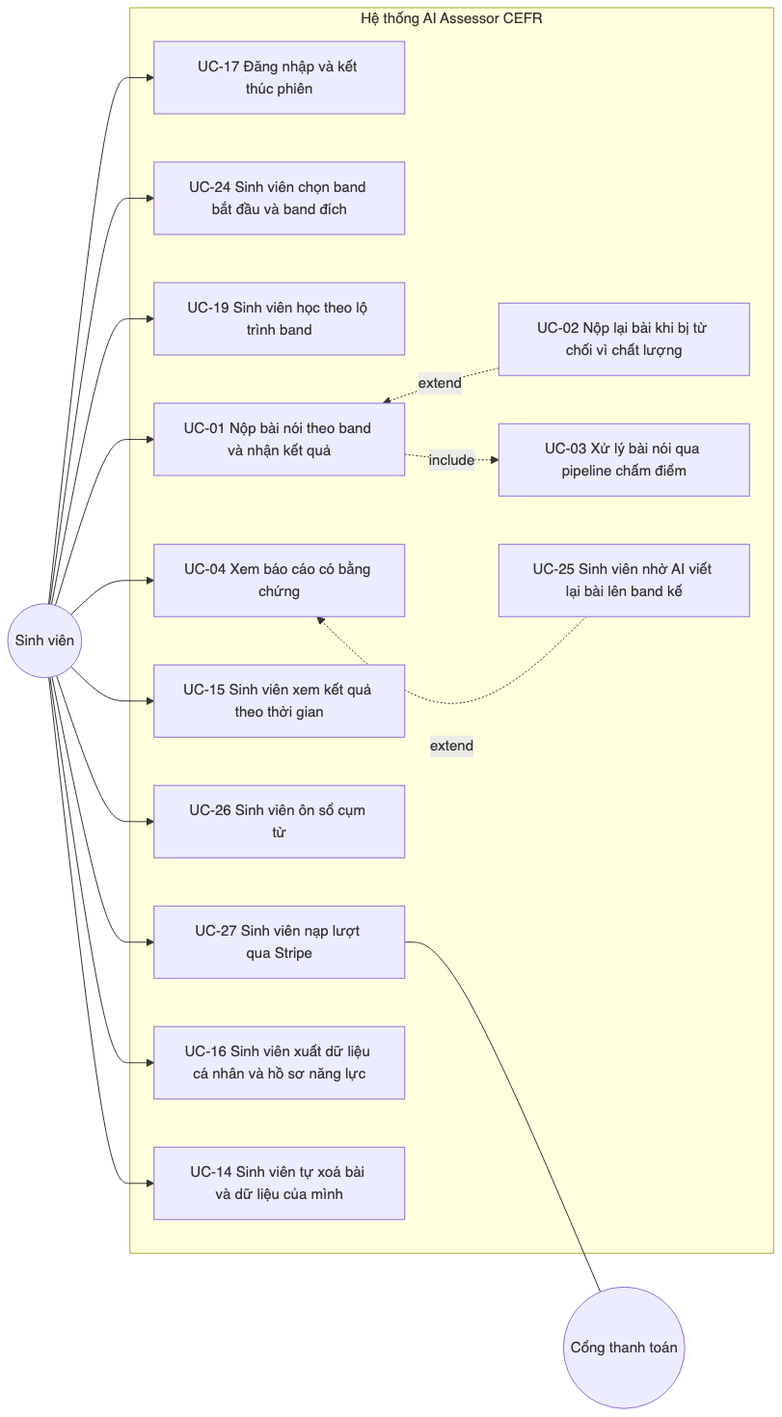
This is docs/sdd/images/01a_usecase_sinhvien.png from ThanhSangLouis/ai-assessor-cefr, a Mermaid export, as it was before one commit. Its source is kept beside it as docs/sdd/diagrams/01a_usecase_sinhvien.mmd. The source it was exported from:
```mermaid
flowchart LR
    SV(("Sinh viên"))
    CTT(("Cổng thanh toán"))

    subgraph SYS["Hệ thống AI Assessor CEFR"]
        direction TB
        UC17["UC-17 Đăng nhập và kết thúc phiên"]
        UC24["UC-24 Sinh viên chọn band bắt đầu và band đích"]
        UC19["UC-19 Sinh viên học theo lộ trình band"]
        UC01["UC-01 Nộp bài nói theo band và nhận kết quả"]
        UC02["UC-02 Nộp lại bài khi bị từ chối vì chất lượng"]
        UC03["UC-03 Xử lý bài nói qua pipeline chấm điểm"]
        UC04["UC-04 Xem báo cáo có bằng chứng"]
        UC25["UC-25 Sinh viên nhờ AI viết lại bài lên band kế"]
        UC15["UC-15 Sinh viên xem kết quả theo thời gian"]
        UC26["UC-26 Sinh viên ôn sổ cụm từ"]
        UC27["UC-27 Sinh viên nạp lượt qua Stripe"]
        UC16["UC-16 Sinh viên xuất dữ liệu cá nhân và hồ sơ năng lực"]
        UC14["UC-14 Sinh viên tự xoá bài và dữ liệu của mình"]
    end

    SV --> UC17
    SV --> UC24
    SV --> UC19
    SV --> UC01
    SV --> UC04
    SV --> UC15
    SV --> UC26
    SV --> UC27
    SV --> UC16
    SV --> UC14
    UC27 --- CTT

    UC01 ~~~ UC02
    UC04 ~~~ UC25

    UC01 -. include .-> UC03
    UC02 -. extend .-> UC01
    UC25 -. extend .-> UC04
```
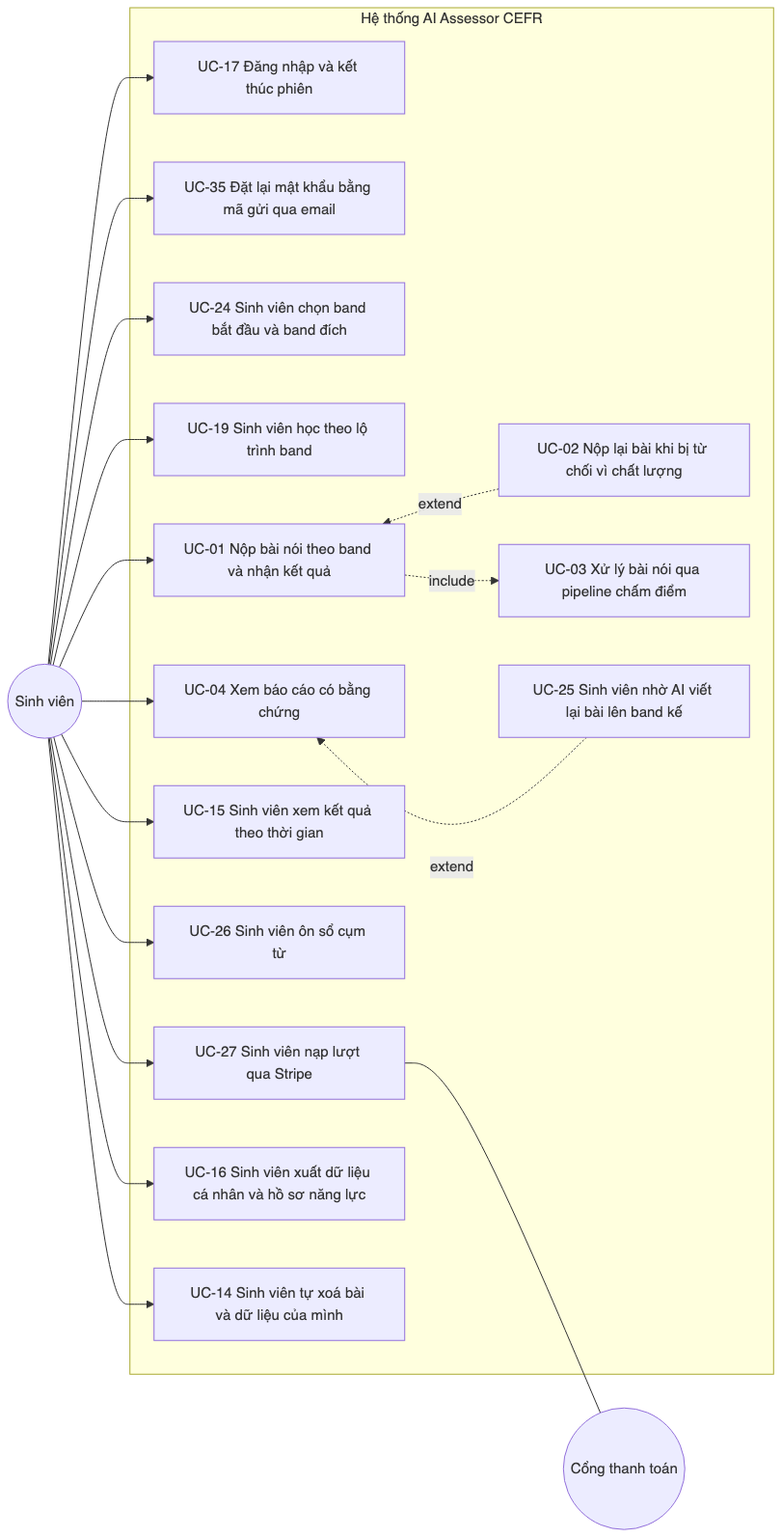
Above is the later version.

Diff of the diagram source:
```diff
@@ -5,6 +5,7 @@
     subgraph SYS["Hệ thống AI Assessor CEFR"]
         direction TB
         UC17["UC-17 Đăng nhập và kết thúc phiên"]
+        UC35["UC-35 Đặt lại mật khẩu bằng mã gửi qua email"]
         UC24["UC-24 Sinh viên chọn band bắt đầu và band đích"]
         UC19["UC-19 Sinh viên học theo lộ trình band"]
         UC01["UC-01 Nộp bài nói theo band và nhận kết quả"]
@@ -20,6 +21,7 @@
     end
 
     SV --> UC17
+    SV --> UC35
     SV --> UC24
     SV --> UC19
     SV --> UC01
```
